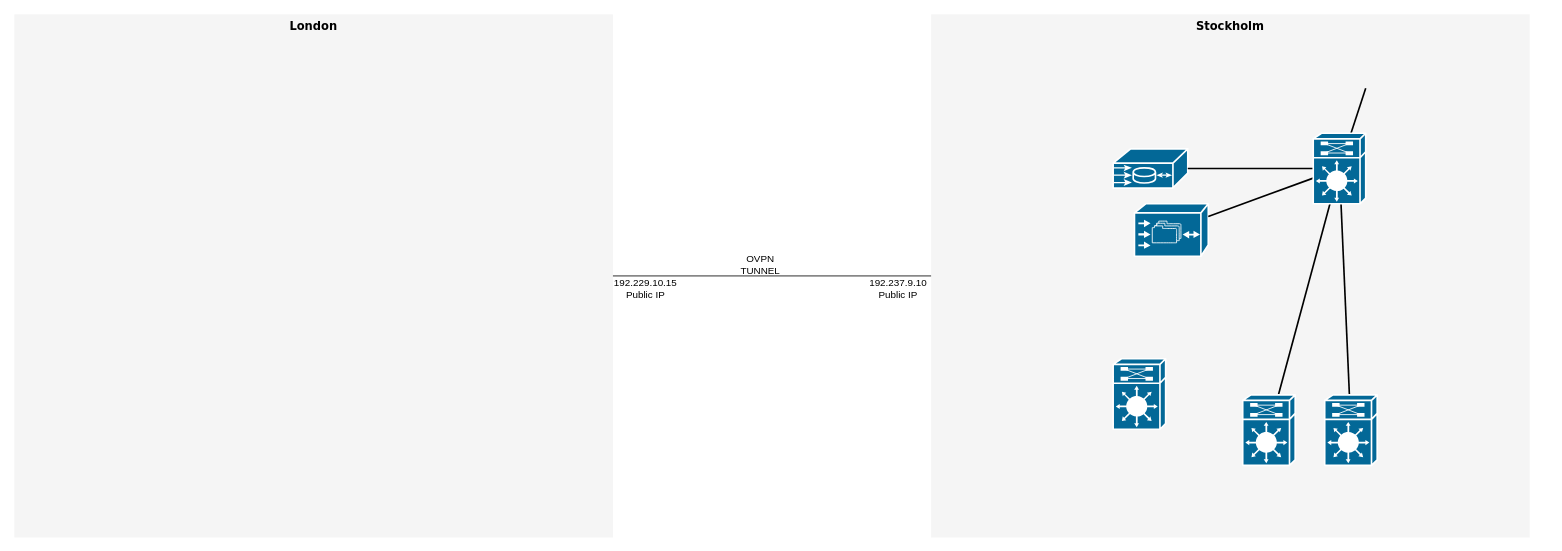
This is Diagrams/Untitled Diagram.drawio from emilstahl97/Building-Networked-Systems-Security-EP2520, a draw.io file, before an edit. Source tidied: cells renumbered, new cells numbered last; positions are measured from the earlier drawing's top-left corner, leaving out a move shared by most shapes. Both pictures are drawn from the tidied source at 82%, with x=0, y=0 at pixel (14, 14).
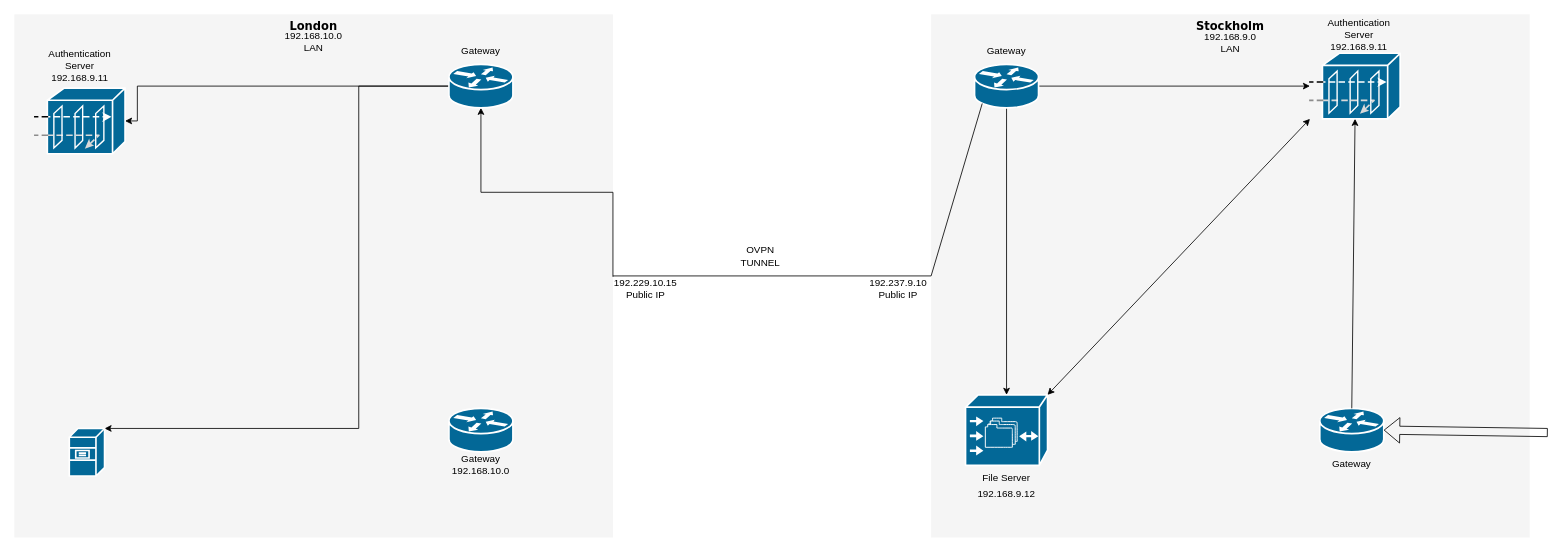
The same diagram, later.

Unchanged cells that the change refers to:
```xml
<mxCell id="2" value="Stockholm" style="whiteSpace=wrap;html=1;rounded=0;shadow=0;comic=0;strokeWidth=1;fontFamily=Verdana;fontSize=14;fillColor=#f5f5f5;strokeColor=none;fontStyle=1;verticalAlign=top;" parent="1" vertex="1">
  <mxGeometry x="1118" width="730" height="638" as="geometry" />
</mxCell>
<mxCell id="18" value="192.229.10.15&lt;br&gt;Public IP" style="text;html=1;strokeColor=none;fillColor=none;align=center;verticalAlign=middle;whiteSpace=wrap;rounded=0;" parent="1" vertex="1">
  <mxGeometry x="730" y="320" width="80" height="30" as="geometry" />
</mxCell>
```

What changed in the source:
```diff
@@
-    <mxCell id="3" style="edgeStyle=none;html=1;labelBackgroundColor=none;startFill=0;endArrow=none;endFill=0;strokeWidth=2;fontFamily=Verdana;fontSize=12;" parent="1" edge="1" target="11">
-      <mxGeometry relative="1" as="geometry">
-        <mxPoint x="1648" y="90" as="sourcePoint" />
-      </mxGeometry>
-    </mxCell>
-    <mxCell id="4" style="shape=mxgraph.cisco.misc.route_switch_processor;html=1;dashed=0;fillColor=#036897;strokeColor=#ffffff;strokeWidth=2;verticalLabelPosition=bottom;verticalAlign=top;rounded=0;shadow=0;comic=0;fontFamily=Verdana;fontSize=12;" parent="1" vertex="1">
-      <mxGeometry x="1340" y="420" width="64" height="86" as="geometry" />
-    </mxCell>
-    <mxCell id="5" style="shape=mxgraph.cisco.misc.me1100;html=1;dashed=0;fillColor=#036897;strokeColor=#ffffff;strokeWidth=2;verticalLabelPosition=bottom;verticalAlign=top;rounded=0;shadow=0;comic=0;fontFamily=Verdana;fontSize=12;" parent="1" vertex="1">
-      <mxGeometry x="1340" y="164" width="91" height="48" as="geometry" />
-    </mxCell>
     <mxCell id="6" style="shape=mxgraph.cisco.storage.cisco_file_engine;html=1;dashed=0;fillColor=#036897;strokeColor=#ffffff;strokeWidth=2;verticalLabelPosition=bottom;verticalAlign=top;rounded=0;shadow=0;comic=0;fontFamily=Verdana;fontSize=12;" parent="1" vertex="1">
-      <mxGeometry x="1366" y="231" width="90" height="64" as="geometry" />
+      <mxGeometry x="1160" y="464" width="100" height="86" as="geometry" />
     </mxCell>
-    <mxCell id="7" style="edgeStyle=none;html=1;labelBackgroundColor=none;startFill=0;endArrow=none;endFill=0;strokeWidth=2;fontFamily=Verdana;fontSize=12;" parent="1" edge="1" source="11" target="5">
-      <mxGeometry relative="1" as="geometry" />
-    </mxCell>
-    <mxCell id="8" style="edgeStyle=none;html=1;labelBackgroundColor=none;startFill=0;endArrow=none;endFill=0;strokeWidth=2;fontFamily=Verdana;fontSize=12;" parent="1" edge="1" source="11" target="6">
-      <mxGeometry relative="1" as="geometry" />
-    </mxCell>
-    <mxCell id="9" style="edgeStyle=none;html=1;labelBackgroundColor=none;startFill=0;endArrow=none;endFill=0;strokeWidth=2;fontFamily=Verdana;fontSize=12;" parent="1" edge="1" source="11" target="13">
-      <mxGeometry relative="1" as="geometry" />
-    </mxCell>
-    <mxCell id="10" style="edgeStyle=none;html=1;labelBackgroundColor=none;startFill=0;endArrow=none;endFill=0;strokeWidth=2;fontFamily=Verdana;fontSize=12;" parent="1" edge="1" source="11" target="12">
-      <mxGeometry relative="1" as="geometry" />
-    </mxCell>
-    <mxCell id="11" style="shape=mxgraph.cisco.misc.route_switch_processor;html=1;dashed=0;fillColor=#036897;strokeColor=#ffffff;strokeWidth=2;verticalLabelPosition=bottom;verticalAlign=top;rounded=0;shadow=0;comic=0;fontFamily=Verdana;fontSize=12;" parent="1" vertex="1">
-      <mxGeometry x="1584" y="145" width="64" height="86" as="geometry" />
-    </mxCell>
-    <mxCell id="12" style="shape=mxgraph.cisco.misc.route_switch_processor;html=1;dashed=0;fillColor=#036897;strokeColor=#ffffff;strokeWidth=2;verticalLabelPosition=bottom;verticalAlign=top;rounded=0;shadow=0;comic=0;fontFamily=Verdana;fontSize=12;" parent="1" vertex="1">
-      <mxGeometry x="1498" y="464" width="64" height="86" as="geometry" />
-    </mxCell>
-    <mxCell id="13" style="shape=mxgraph.cisco.misc.route_switch_processor;html=1;dashed=0;fillColor=#036897;strokeColor=#ffffff;strokeWidth=2;verticalLabelPosition=bottom;verticalAlign=top;rounded=0;shadow=0;comic=0;fontFamily=Verdana;fontSize=12;" parent="1" vertex="1">
-      <mxGeometry x="1598" y="464" width="64" height="86" as="geometry" />
-    </mxCell>
@@
     <mxCell id="16" value="OVPN TUNNEL" style="text;html=1;strokeColor=none;fillColor=none;align=center;verticalAlign=middle;whiteSpace=wrap;rounded=0;" parent="1" vertex="1">
-      <mxGeometry x="880" y="290" width="60" height="30" as="geometry" />
+      <mxGeometry x="880" y="280" width="60" height="30" as="geometry" />
     </mxCell>
@@
+    <mxCell id="19" style="edgeStyle=orthogonalEdgeStyle;rounded=0;jettySize=auto;html=1;exitX=0;exitY=0;exitDx=0;exitDy=0;" parent="1" edge="1" source="18" target="37">
+      <mxGeometry relative="1" as="geometry" />
+    </mxCell>
@@
+    <mxCell id="20" value="File Server" style="text;html=1;strokeColor=none;fillColor=none;align=center;verticalAlign=middle;whiteSpace=wrap;rounded=0;" parent="1" vertex="1">
+      <mxGeometry x="1180" y="550" width="60" height="30" as="geometry" />
+    </mxCell>
+    <mxCell id="21" style="edgeStyle=orthogonalEdgeStyle;rounded=0;jettySize=auto;html=1;entryX=0;entryY=0.5;entryDx=0;entryDy=0;entryPerimeter=0;" parent="1" edge="1" source="23" target="25">
+      <mxGeometry relative="1" as="geometry" />
+    </mxCell>
+    <mxCell id="22" style="edgeStyle=orthogonalEdgeStyle;rounded=0;jettySize=auto;html=1;exitX=0.12;exitY=0.9;exitDx=0;exitDy=0;exitPerimeter=0;entryX=0.5;entryY=0;entryDx=0;entryDy=0;entryPerimeter=0;" parent="1" edge="1" source="23" target="6">
+      <mxGeometry relative="1" as="geometry">
+        <Array as="points">
+          <mxPoint x="1210" y="109" />
+        </Array>
+      </mxGeometry>
+    </mxCell>
+    <mxCell id="23" style="shape=mxgraph.cisco.routers.router;sketch=0;html=1;dashed=0;fillColor=#036897;strokeColor=#ffffff;strokeWidth=2;verticalLabelPosition=bottom;verticalAlign=top;align=center;outlineConnect=0;" parent="1" vertex="1">
+      <mxGeometry x="1171" y="61" width="78" height="53" as="geometry" />
+    </mxCell>
+    <mxCell id="24" value="Gateway" style="text;html=1;strokeColor=none;fillColor=none;align=center;verticalAlign=middle;whiteSpace=wrap;rounded=0;" parent="1" vertex="1">
+      <mxGeometry x="1180" y="30" width="60" height="30" as="geometry" />
+    </mxCell>
+    <mxCell id="25" style="shape=mxgraph.cisco.security.guard;sketch=0;html=1;dashed=0;fillColor=#036897;strokeColor=#ffffff;strokeWidth=2;verticalLabelPosition=bottom;verticalAlign=top;align=center;outlineConnect=0;" parent="1" vertex="1">
+      <mxGeometry x="1580" y="47.5" width="110" height="80" as="geometry" />
+    </mxCell>
+    <mxCell id="26" value="Authentication&lt;br&gt;Server&lt;br&gt;192.168.9.11" style="text;html=1;strokeColor=none;fillColor=none;align=center;verticalAlign=middle;whiteSpace=wrap;rounded=0;" parent="1" vertex="1">
+      <mxGeometry x="1610" y="10" width="60" height="30" as="geometry" />
+    </mxCell>
+    <mxCell id="27" style="shape=mxgraph.cisco.routers.router;sketch=0;html=1;dashed=0;fillColor=#036897;strokeColor=#ffffff;strokeWidth=2;verticalLabelPosition=bottom;verticalAlign=top;align=center;outlineConnect=0;" parent="1" vertex="1">
+      <mxGeometry x="1592" y="480.5" width="78" height="53" as="geometry" />
+    </mxCell>
+    <mxCell id="28" value="Gateway" style="text;html=1;strokeColor=none;fillColor=none;align=center;verticalAlign=middle;whiteSpace=wrap;rounded=0;" parent="1" vertex="1">
+      <mxGeometry x="1601" y="533.5" width="60" height="30" as="geometry" />
+    </mxCell>
+    <mxCell id="29" style="endArrow=classic;startArrow=classic;html=1;rounded=0;exitX=1;exitY=0;exitDx=0;exitDy=0;exitPerimeter=0;entryX=0;entryY=1;entryDx=0;entryDy=0;entryPerimeter=0;" parent="1" edge="1" source="6" target="25">
+      <mxGeometry relative="1" as="geometry" />
+    </mxCell>
+    <mxCell id="30" style="endArrow=classic;html=1;rounded=0;entryX=0.5;entryY=1;entryDx=0;entryDy=0;entryPerimeter=0;exitX=0.5;exitY=0;exitDx=0;exitDy=0;exitPerimeter=0;" parent="1" edge="1" source="27" target="25">
+      <mxGeometry relative="1" as="geometry" />
+    </mxCell>
+    <mxCell id="31" value="192.168.9.0&lt;br&gt;LAN" style="text;html=1;strokeColor=none;fillColor=none;align=center;verticalAlign=middle;whiteSpace=wrap;rounded=0;" parent="1" vertex="1">
+      <mxGeometry x="1443" y="20" width="80" height="30" as="geometry" />
+    </mxCell>
+    <mxCell id="32" value="192.168.9.12" style="text;html=1;strokeColor=none;fillColor=none;align=center;verticalAlign=middle;whiteSpace=wrap;rounded=0;" parent="1" vertex="1">
+      <mxGeometry x="1170" y="570" width="80" height="30" as="geometry" />
+    </mxCell>
+    <mxCell id="33" style="shape=flexArrow;endArrow=classic;html=1;rounded=0;entryX=1;entryY=0.5;entryDx=0;entryDy=0;entryPerimeter=0;" parent="1" edge="1" target="27">
+      <mxGeometry relative="1" as="geometry">
+        <mxPoint x="1870" y="510" as="sourcePoint" />
+      </mxGeometry>
+    </mxCell>
+    <mxCell id="34" style="endArrow=none;html=1;rounded=0;exitX=0;exitY=0.5;exitDx=0;exitDy=0;entryX=0.12;entryY=0.9;entryDx=0;entryDy=0;entryPerimeter=0;" parent="1" edge="1" source="2" target="23">
+      <mxGeometry relative="1" as="geometry" />
+    </mxCell>
+    <mxCell id="35" style="edgeStyle=orthogonalEdgeStyle;rounded=0;jettySize=auto;html=1;exitX=0;exitY=0.5;exitDx=0;exitDy=0;exitPerimeter=0;entryX=1;entryY=0.5;entryDx=0;entryDy=0;entryPerimeter=0;" parent="1" edge="1" source="37" target="39">
+      <mxGeometry relative="1" as="geometry">
+        <Array as="points">
+          <mxPoint x="150" y="88" />
+          <mxPoint x="150" y="130" />
+        </Array>
+      </mxGeometry>
+    </mxCell>
+    <mxCell id="36" style="edgeStyle=orthogonalEdgeStyle;rounded=0;jettySize=auto;html=1;exitX=0;exitY=0.5;exitDx=0;exitDy=0;exitPerimeter=0;" parent="1" edge="1" source="37" target="44">
+      <mxGeometry relative="1" as="geometry">
+        <Array as="points">
+          <mxPoint x="420" y="88" />
+          <mxPoint x="420" y="505" />
+        </Array>
+      </mxGeometry>
+    </mxCell>
+    <mxCell id="37" style="shape=mxgraph.cisco.routers.router;sketch=0;html=1;dashed=0;fillColor=#036897;strokeColor=#ffffff;strokeWidth=2;verticalLabelPosition=bottom;verticalAlign=top;align=center;outlineConnect=0;" parent="1" vertex="1">
+      <mxGeometry x="530" y="61" width="78" height="53" as="geometry" />
+    </mxCell>
+    <mxCell id="38" value="Gateway" style="text;html=1;strokeColor=none;fillColor=none;align=center;verticalAlign=middle;whiteSpace=wrap;rounded=0;" parent="1" vertex="1">
+      <mxGeometry x="539" y="30" width="60" height="30" as="geometry" />
+    </mxCell>
+    <mxCell id="39" style="shape=mxgraph.cisco.security.guard;sketch=0;html=1;dashed=0;fillColor=#036897;strokeColor=#ffffff;strokeWidth=2;verticalLabelPosition=bottom;verticalAlign=top;align=center;outlineConnect=0;" parent="1" vertex="1">
+      <mxGeometry x="25" y="90" width="110" height="80" as="geometry" />
+    </mxCell>
+    <mxCell id="40" value="Authentication&lt;br&gt;Server&lt;br&gt;192.168.9.11" style="text;html=1;strokeColor=none;fillColor=none;align=center;verticalAlign=middle;whiteSpace=wrap;rounded=0;" parent="1" vertex="1">
+      <mxGeometry x="50" y="47.5" width="60" height="30" as="geometry" />
+    </mxCell>
+    <mxCell id="41" style="shape=mxgraph.cisco.routers.router;sketch=0;html=1;dashed=0;fillColor=#036897;strokeColor=#ffffff;strokeWidth=2;verticalLabelPosition=bottom;verticalAlign=top;align=center;" parent="1" vertex="1">
+      <mxGeometry x="530" y="480.5" width="78" height="53" as="geometry" />
+    </mxCell>
+    <mxCell id="42" value="Gateway&lt;br&gt;192.168.10.0" style="text;html=1;strokeColor=none;fillColor=none;align=center;verticalAlign=middle;whiteSpace=wrap;rounded=0;" parent="1" vertex="1">
+      <mxGeometry x="539" y="533.5" width="60" height="30" as="geometry" />
+    </mxCell>
+    <mxCell id="43" value="192.168.10.0&lt;br&gt;LAN" style="text;html=1;strokeColor=none;fillColor=none;align=center;verticalAlign=middle;whiteSpace=wrap;rounded=0;" parent="1" vertex="1">
+      <mxGeometry x="335" y="17.5" width="60" height="30" as="geometry" />
+    </mxCell>
+    <mxCell id="44" style="shape=mxgraph.cisco.servers.file_server;sketch=0;html=1;dashed=0;fillColor=#036897;strokeColor=#ffffff;strokeWidth=2;verticalLabelPosition=bottom;verticalAlign=top;align=center;outlineConnect=0;" parent="1" vertex="1">
+      <mxGeometry x="67" y="505" width="43" height="58" as="geometry" />
+    </mxCell>
```
